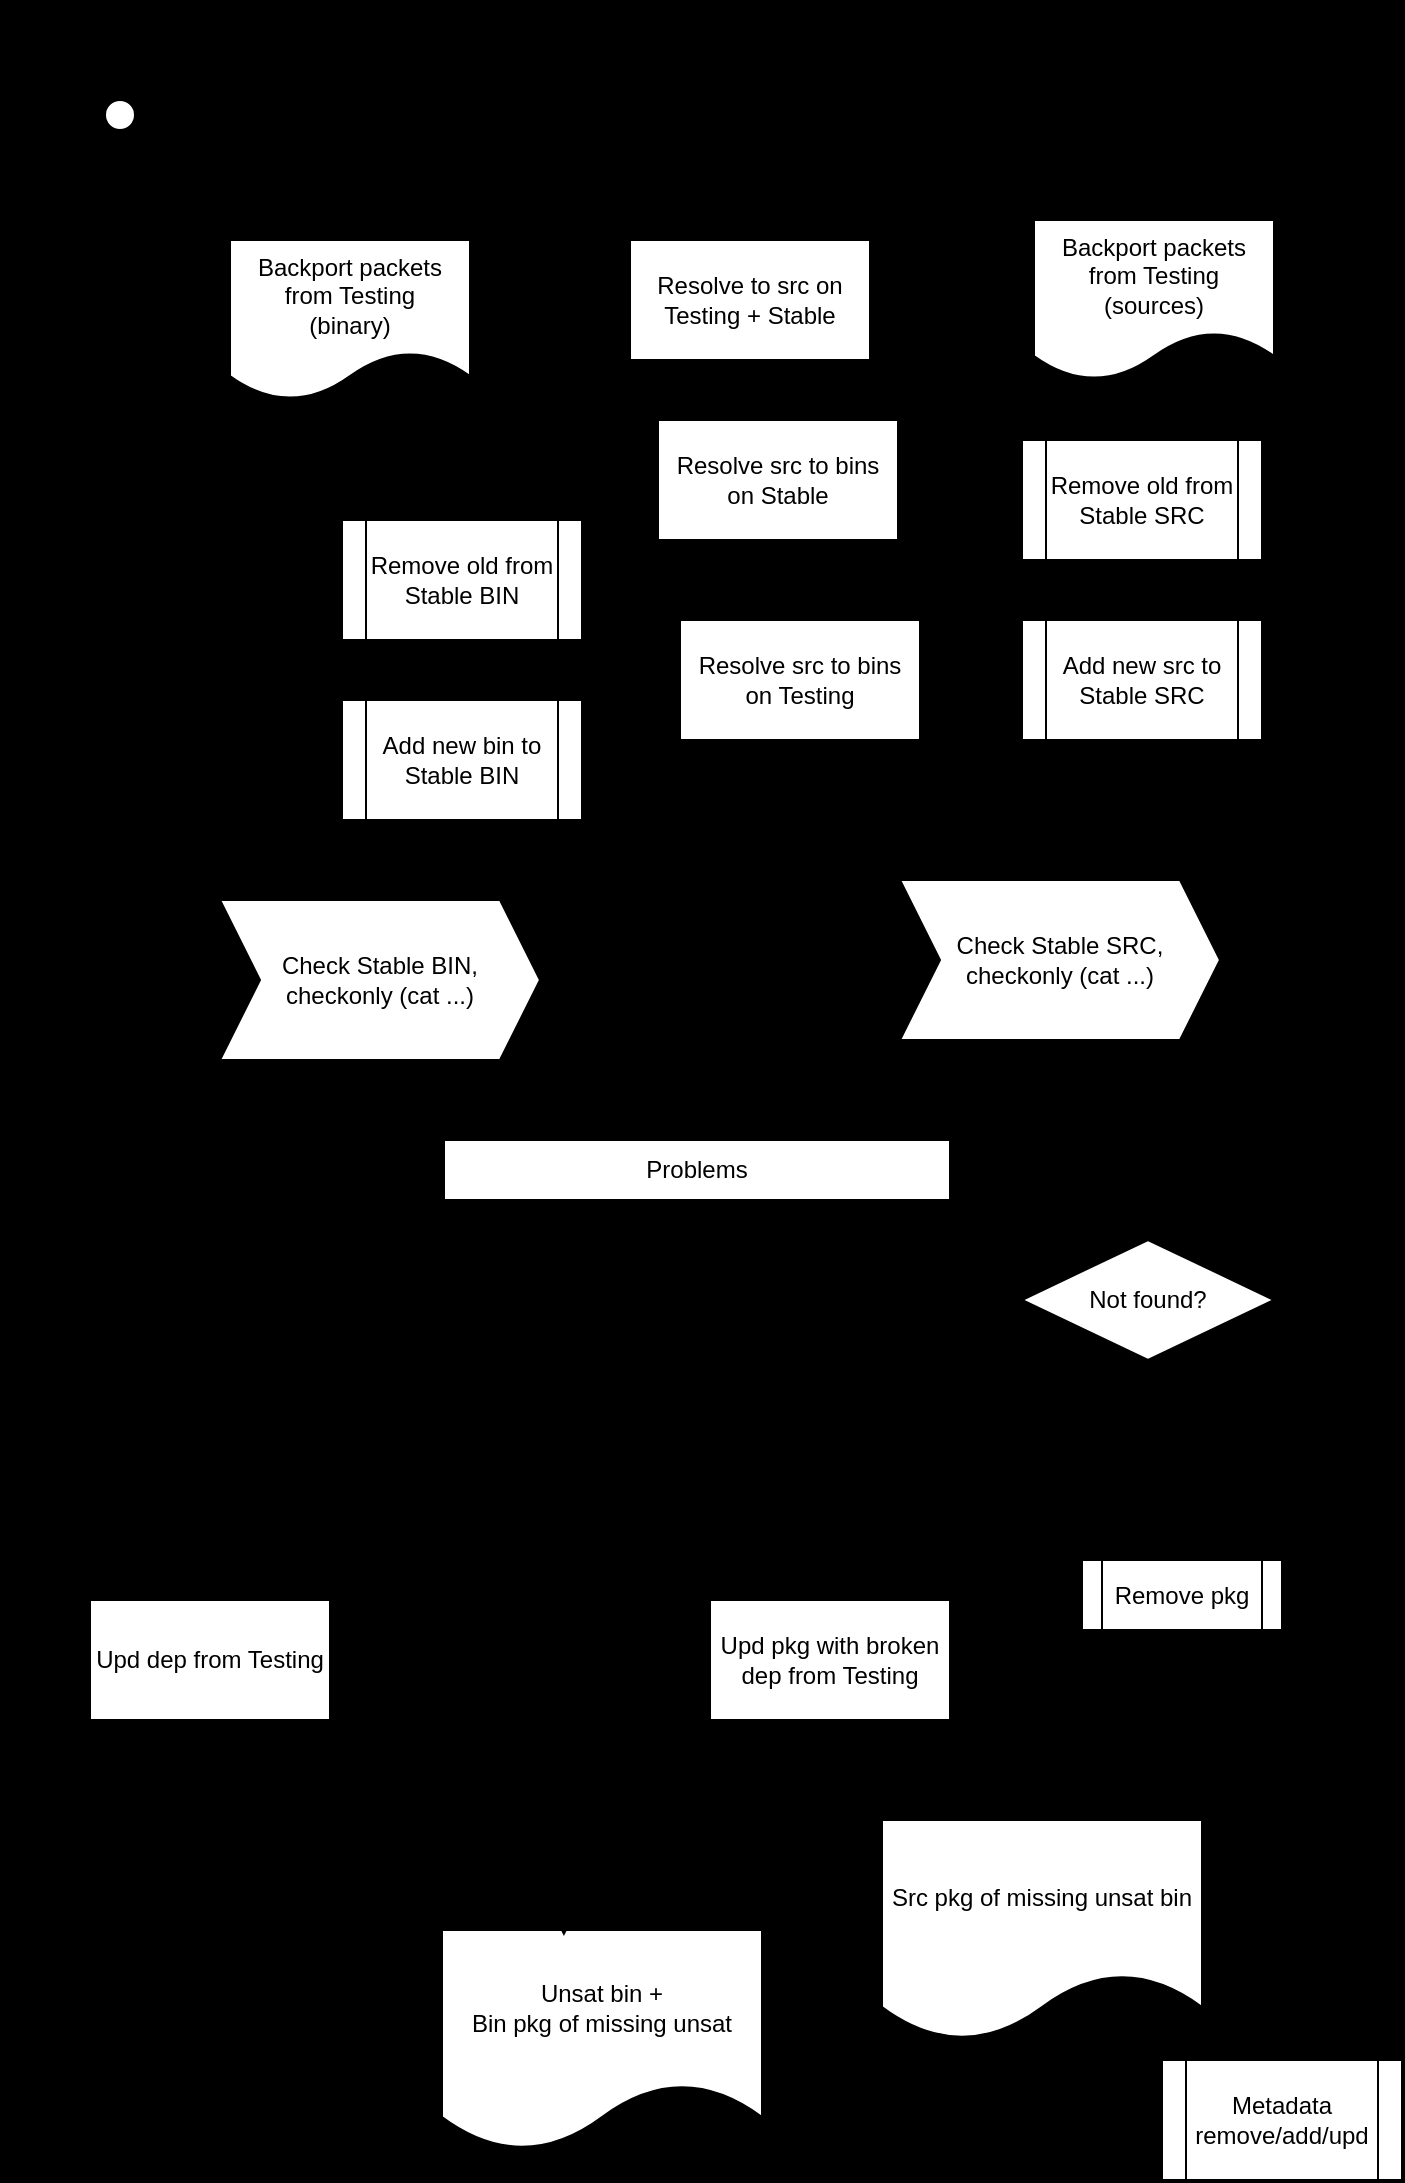
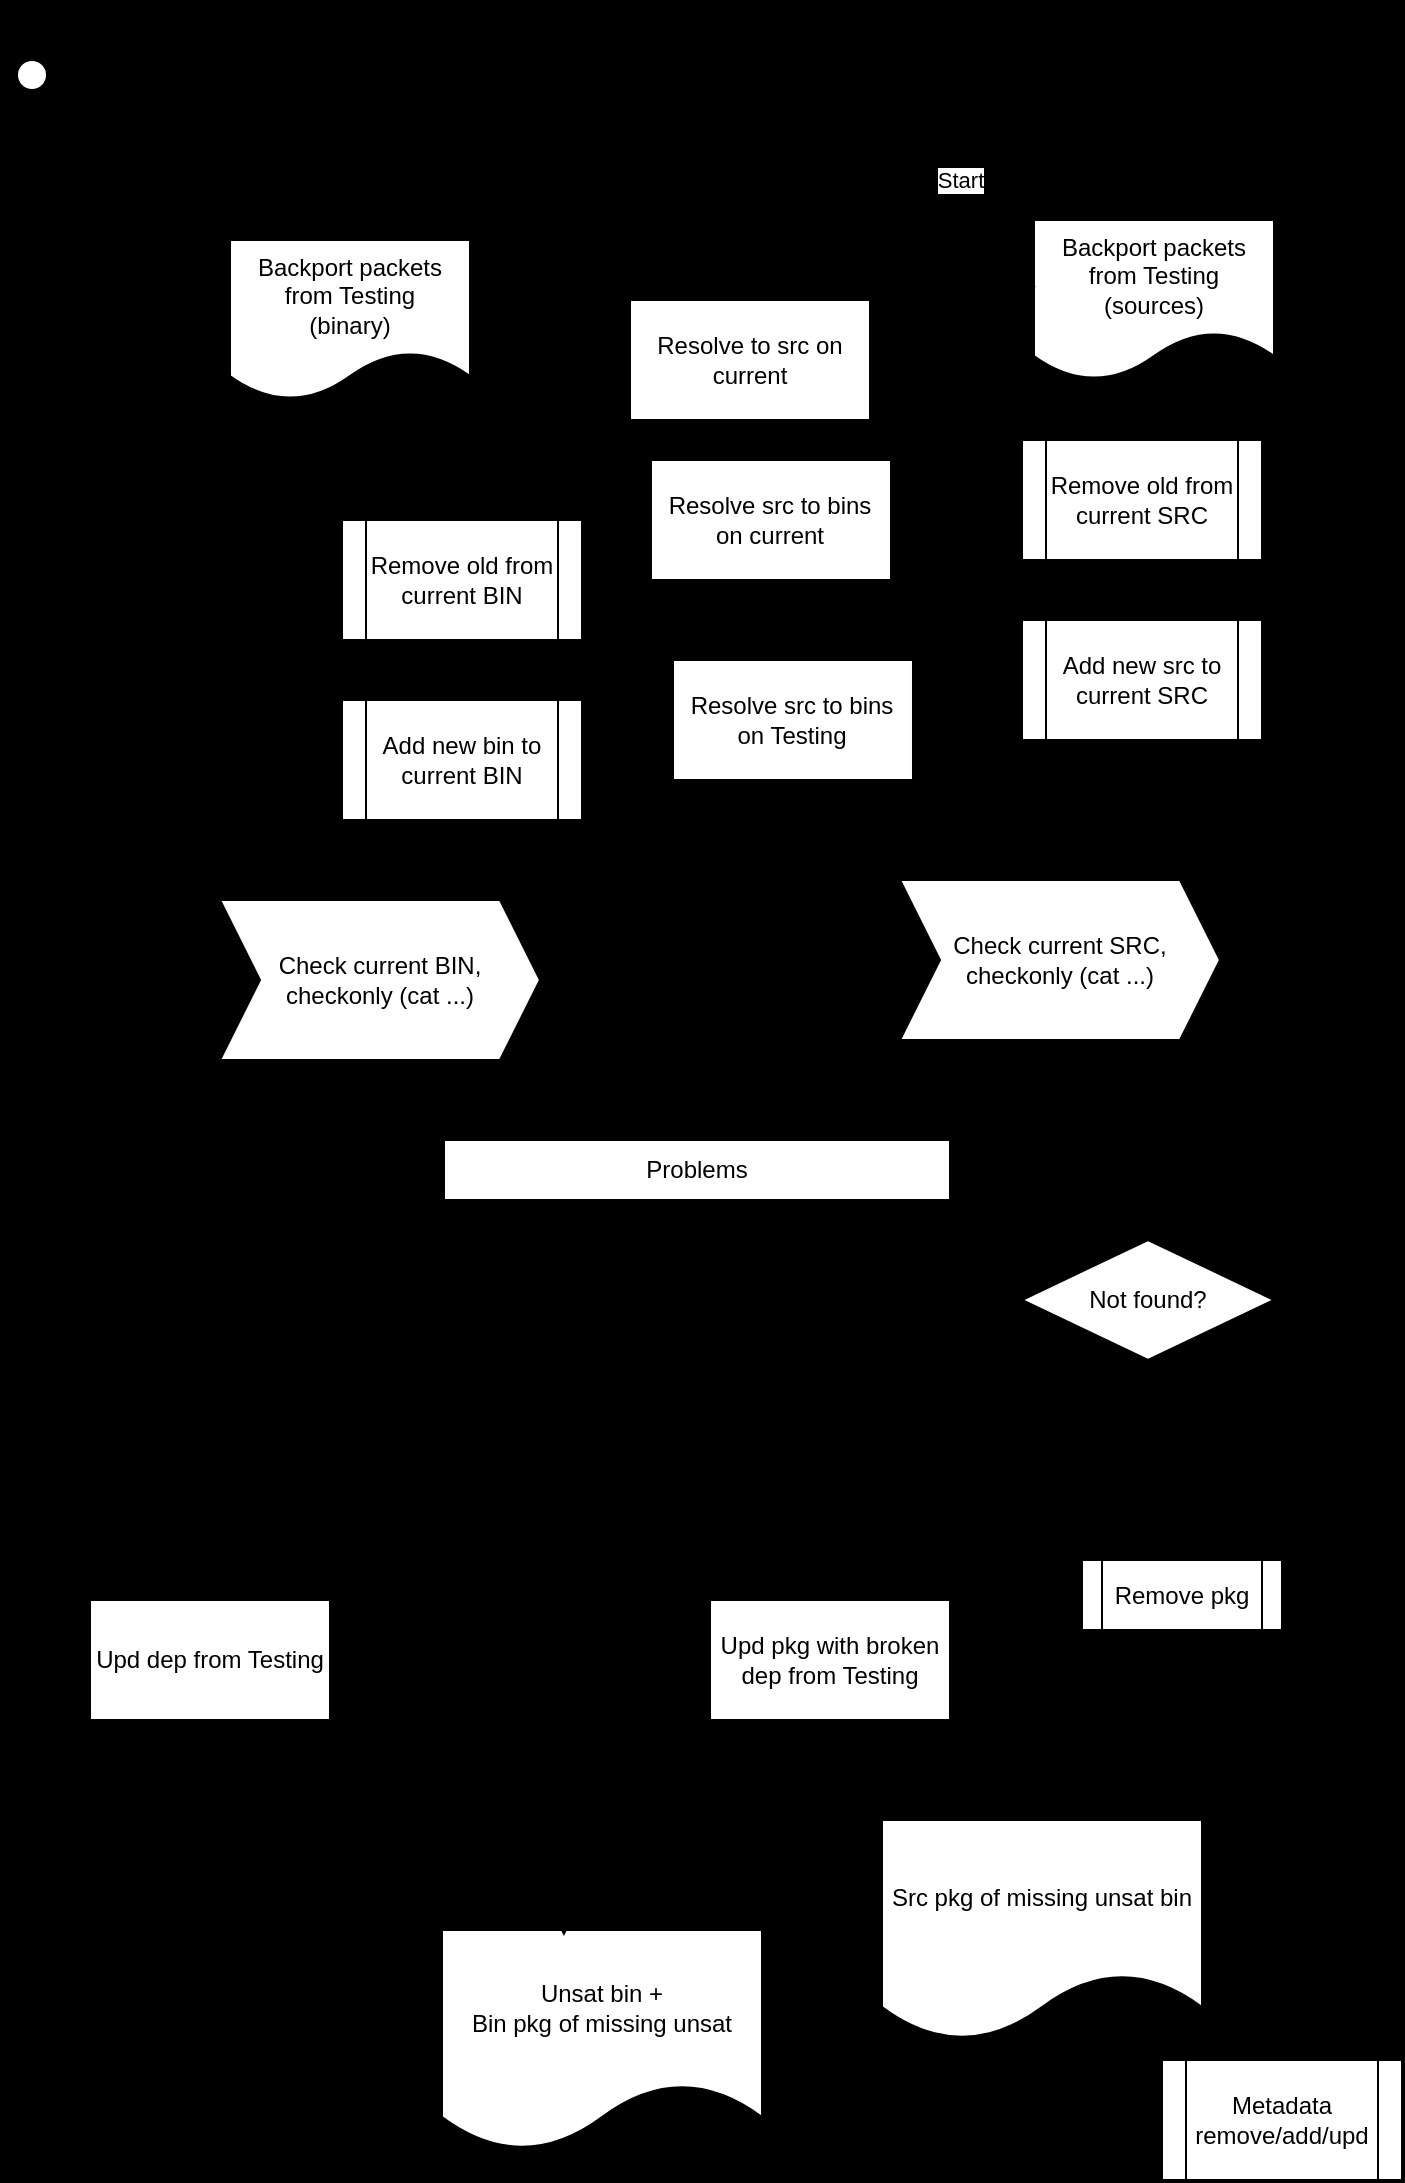
<mxfile host="Electron">
  <diagram id="C5RBs43oDa-KdzZeNtuy" name="Page-1">
    <mxGraphModel dx="911" dy="543" grid="1" gridSize="10" guides="1" tooltips="1" connect="1" arrows="1" fold="1" page="1" pageScale="1" pageWidth="827" pageHeight="1169" background="light-dark(#000000,#000000)" math="0" shadow="0">
      <root>
        <mxCell id="WIyWlLk6GJQsqaUBKTNV-0" />
        <mxCell id="WIyWlLk6GJQsqaUBKTNV-1" parent="WIyWlLk6GJQsqaUBKTNV-0" />
        <mxCell id="BYnsBLyXqSKAvp99Cp04-5" edge="1" parent="WIyWlLk6GJQsqaUBKTNV-1" source="BYnsBLyXqSKAvp99Cp04-3" style="edgeStyle=orthogonalEdgeStyle;rounded=0;orthogonalLoop=1;jettySize=auto;html=1;entryX=1;entryY=0.5;entryDx=0;entryDy=0;labelBackgroundColor=none;fontColor=default;" target="jdkO46tf3qpjO2ybV3Zm-16">
          <mxGeometry relative="1" as="geometry">
            <Array as="points">
              <mxPoint x="700" y="180" />
              <mxPoint x="700" y="370" />
            </Array>
          </mxGeometry>
        </mxCell>
        <mxCell id="BYnsBLyXqSKAvp99Cp04-6" edge="1" parent="WIyWlLk6GJQsqaUBKTNV-1" source="BYnsBLyXqSKAvp99Cp04-3" style="edgeStyle=orthogonalEdgeStyle;rounded=0;orthogonalLoop=1;jettySize=auto;html=1;entryX=0.5;entryY=0;entryDx=0;entryDy=0;labelBackgroundColor=none;fontColor=default;" target="jdkO46tf3qpjO2ybV3Zm-5">
          <mxGeometry relative="1" as="geometry" />
        </mxCell>
        <mxCell id="BYnsBLyXqSKAvp99Cp04-3" parent="WIyWlLk6GJQsqaUBKTNV-1" style="shape=document;whiteSpace=wrap;html=1;boundedLbl=1;labelBackgroundColor=none;" value="Backport packets from Testing&lt;br&gt;(sources)" vertex="1">
          <mxGeometry height="80" width="120" x="566" y="140" as="geometry" />
        </mxCell>
        <mxCell id="jdkO46tf3qpjO2ybV3Zm-0" parent="WIyWlLk6GJQsqaUBKTNV-1" style="shape=umlActor;verticalLabelPosition=bottom;verticalAlign=top;html=1;outlineConnect=0;labelBackgroundColor=none;" value="Actor" vertex="1">
-           <mxGeometry height="60" width="30" x="94" y="80" as="geometry" />
+           <mxGeometry height="60" width="30" x="50" y="60" as="geometry" />
        </mxCell>
        <mxCell id="jdkO46tf3qpjO2ybV3Zm-3" edge="1" parent="WIyWlLk6GJQsqaUBKTNV-1" source="jdkO46tf3qpjO2ybV3Zm-1" style="edgeStyle=orthogonalEdgeStyle;rounded=0;orthogonalLoop=1;jettySize=auto;html=1;entryX=0;entryY=0.5;entryDx=0;entryDy=0;labelBackgroundColor=none;fontColor=default;" target="jdkO46tf3qpjO2ybV3Zm-2">
          <mxGeometry relative="1" as="geometry" />
        </mxCell>
        <mxCell id="4IcmTThSWF4IWx9KLtXi-7" edge="1" parent="WIyWlLk6GJQsqaUBKTNV-1" source="jdkO46tf3qpjO2ybV3Zm-1" style="edgeStyle=orthogonalEdgeStyle;rounded=0;orthogonalLoop=1;jettySize=auto;html=1;entryX=0;entryY=0.5;entryDx=0;entryDy=0;labelBackgroundColor=none;fontColor=default;" target="jdkO46tf3qpjO2ybV3Zm-13">
          <mxGeometry relative="1" as="geometry">
            <Array as="points">
              <mxPoint x="170" y="305" />
              <mxPoint x="200" y="305" />
              <mxPoint x="200" y="410" />
            </Array>
          </mxGeometry>
        </mxCell>
        <mxCell id="jdkO46tf3qpjO2ybV3Zm-1" parent="WIyWlLk6GJQsqaUBKTNV-1" style="shape=document;whiteSpace=wrap;html=1;boundedLbl=1;labelBackgroundColor=none;" value="Backport packets from Testing&lt;br&gt;(binary)" vertex="1">
          <mxGeometry height="80" width="120" x="164" y="150" as="geometry" />
-         </mxCell>
-         <mxCell id="jdkO46tf3qpjO2ybV3Zm-6" edge="1" parent="WIyWlLk6GJQsqaUBKTNV-1" source="jdkO46tf3qpjO2ybV3Zm-2" style="edgeStyle=orthogonalEdgeStyle;rounded=0;orthogonalLoop=1;jettySize=auto;html=1;entryX=0;entryY=0.5;entryDx=0;entryDy=0;labelBackgroundColor=none;fontColor=default;" target="BYnsBLyXqSKAvp99Cp04-3">
-           <mxGeometry relative="1" as="geometry" />
        </mxCell>
        <mxCell id="K2joIcQUg46PM5A2mCq8-2" edge="1" parent="WIyWlLk6GJQsqaUBKTNV-1" source="jdkO46tf3qpjO2ybV3Zm-2" style="edgeStyle=orthogonalEdgeStyle;rounded=0;orthogonalLoop=1;jettySize=auto;html=1;exitX=1;exitY=1;exitDx=0;exitDy=0;entryX=1;entryY=0.5;entryDx=0;entryDy=0;dashed=1;labelBackgroundColor=none;fontColor=default;" target="K2joIcQUg46PM5A2mCq8-0">
          <mxGeometry relative="1" as="geometry">
            <Array as="points">
              <mxPoint x="520" y="210" />
              <mxPoint x="520" y="285" />
              <mxPoint x="523" y="285" />
              <mxPoint x="523" y="370" />
            </Array>
          </mxGeometry>
        </mxCell>
-         <mxCell id="jdkO46tf3qpjO2ybV3Zm-2" parent="WIyWlLk6GJQsqaUBKTNV-1" style="rounded=0;whiteSpace=wrap;html=1;labelBackgroundColor=none;" value="Resolve to src on Testing + Stable" vertex="1">
-           <mxGeometry height="60" width="120" x="364" y="150" as="geometry" />
+         <mxCell id="jdkO46tf3qpjO2ybV3Zm-2" parent="WIyWlLk6GJQsqaUBKTNV-1" style="rounded=0;whiteSpace=wrap;html=1;labelBackgroundColor=none;" value="Resolve to src on current" vertex="1">
+           <mxGeometry height="60" width="120" x="364" y="180" as="geometry" />
        </mxCell>
        <mxCell id="jdkO46tf3qpjO2ybV3Zm-17" edge="1" parent="WIyWlLk6GJQsqaUBKTNV-1" source="jdkO46tf3qpjO2ybV3Zm-5" style="edgeStyle=orthogonalEdgeStyle;rounded=0;orthogonalLoop=1;jettySize=auto;html=1;entryX=0.5;entryY=0;entryDx=0;entryDy=0;labelBackgroundColor=none;fontColor=default;" target="jdkO46tf3qpjO2ybV3Zm-16">
          <mxGeometry relative="1" as="geometry" />
        </mxCell>
-         <mxCell id="jdkO46tf3qpjO2ybV3Zm-5" parent="WIyWlLk6GJQsqaUBKTNV-1" style="shape=process;whiteSpace=wrap;html=1;backgroundOutline=1;labelBackgroundColor=none;" value="Remove old from Stable SRC" vertex="1">
+         <mxCell id="jdkO46tf3qpjO2ybV3Zm-5" parent="WIyWlLk6GJQsqaUBKTNV-1" style="shape=process;whiteSpace=wrap;html=1;backgroundOutline=1;labelBackgroundColor=none;" value="Remove old from current SRC" vertex="1">
          <mxGeometry height="60" width="120" x="560" y="250" as="geometry" />
        </mxCell>
        <mxCell id="jdkO46tf3qpjO2ybV3Zm-10" edge="1" parent="WIyWlLk6GJQsqaUBKTNV-1" source="jdkO46tf3qpjO2ybV3Zm-7" style="edgeStyle=orthogonalEdgeStyle;rounded=0;orthogonalLoop=1;jettySize=auto;html=1;entryX=0.5;entryY=0;entryDx=0;entryDy=0;exitX=0.5;exitY=1;exitDx=0;exitDy=0;labelBackgroundColor=none;fontColor=default;" target="jdkO46tf3qpjO2ybV3Zm-9">
          <mxGeometry relative="1" as="geometry" />
        </mxCell>
-         <mxCell id="jdkO46tf3qpjO2ybV3Zm-7" parent="WIyWlLk6GJQsqaUBKTNV-1" style="rounded=0;whiteSpace=wrap;html=1;labelBackgroundColor=none;" value="Resolve src to bins on Stable" vertex="1">
-           <mxGeometry height="60" width="120" x="378" y="240" as="geometry" />
+         <mxCell id="jdkO46tf3qpjO2ybV3Zm-7" parent="WIyWlLk6GJQsqaUBKTNV-1" style="rounded=0;whiteSpace=wrap;html=1;labelBackgroundColor=none;" value="Resolve src to bins on current" vertex="1">
+           <mxGeometry height="60" width="120" x="374.49" y="260" as="geometry" />
        </mxCell>
        <mxCell id="jdkO46tf3qpjO2ybV3Zm-8" edge="1" parent="WIyWlLk6GJQsqaUBKTNV-1" source="jdkO46tf3qpjO2ybV3Zm-2" style="edgeStyle=orthogonalEdgeStyle;rounded=0;orthogonalLoop=1;jettySize=auto;html=1;exitX=0.75;exitY=1;exitDx=0;exitDy=0;entryX=0.582;entryY=0;entryDx=0;entryDy=0;entryPerimeter=0;labelBackgroundColor=none;fontColor=default;" target="jdkO46tf3qpjO2ybV3Zm-7">
          <mxGeometry relative="1" as="geometry" />
        </mxCell>
        <mxCell id="jdkO46tf3qpjO2ybV3Zm-14" edge="1" parent="WIyWlLk6GJQsqaUBKTNV-1" source="jdkO46tf3qpjO2ybV3Zm-9" style="edgeStyle=orthogonalEdgeStyle;rounded=0;orthogonalLoop=1;jettySize=auto;html=1;entryX=0.5;entryY=0;entryDx=0;entryDy=0;labelBackgroundColor=none;fontColor=default;" target="jdkO46tf3qpjO2ybV3Zm-13">
          <mxGeometry relative="1" as="geometry" />
        </mxCell>
-         <mxCell id="jdkO46tf3qpjO2ybV3Zm-9" parent="WIyWlLk6GJQsqaUBKTNV-1" style="shape=process;whiteSpace=wrap;html=1;backgroundOutline=1;labelBackgroundColor=none;" value="Remove old from Stable BIN" vertex="1">
+         <mxCell id="jdkO46tf3qpjO2ybV3Zm-9" parent="WIyWlLk6GJQsqaUBKTNV-1" style="shape=process;whiteSpace=wrap;html=1;backgroundOutline=1;labelBackgroundColor=none;" value="Remove old from current BIN" vertex="1">
          <mxGeometry height="60" width="120" x="220" y="290" as="geometry" />
        </mxCell>
        <mxCell id="jdkO46tf3qpjO2ybV3Zm-49" edge="1" parent="WIyWlLk6GJQsqaUBKTNV-1" source="jdkO46tf3qpjO2ybV3Zm-11" style="edgeStyle=orthogonalEdgeStyle;rounded=0;orthogonalLoop=1;jettySize=auto;html=1;entryX=0.575;entryY=-0.027;entryDx=0;entryDy=0;entryPerimeter=0;labelBackgroundColor=none;fontColor=default;" target="jdkO46tf3qpjO2ybV3Zm-28">
          <mxGeometry relative="1" as="geometry">
            <mxPoint x="579" y="580" as="targetPoint" />
          </mxGeometry>
        </mxCell>
-         <mxCell id="jdkO46tf3qpjO2ybV3Zm-11" parent="WIyWlLk6GJQsqaUBKTNV-1" style="shape=step;perimeter=stepPerimeter;whiteSpace=wrap;html=1;fixedSize=1;labelBackgroundColor=none;" value="Check Stable SRC,&lt;br&gt;checkonly (cat ...)" vertex="1">
+         <mxCell id="jdkO46tf3qpjO2ybV3Zm-11" parent="WIyWlLk6GJQsqaUBKTNV-1" style="shape=step;perimeter=stepPerimeter;whiteSpace=wrap;html=1;fixedSize=1;labelBackgroundColor=none;" value="Check current SRC,&lt;br&gt;checkonly (cat ...)" vertex="1">
          <mxGeometry height="80" width="160" x="499" y="470" as="geometry" />
        </mxCell>
        <mxCell id="jdkO46tf3qpjO2ybV3Zm-36" edge="1" parent="WIyWlLk6GJQsqaUBKTNV-1" source="jdkO46tf3qpjO2ybV3Zm-12" style="edgeStyle=orthogonalEdgeStyle;rounded=0;orthogonalLoop=1;jettySize=auto;html=1;entryX=0.25;entryY=0;entryDx=0;entryDy=0;labelBackgroundColor=none;fontColor=default;" target="jdkO46tf3qpjO2ybV3Zm-28">
          <mxGeometry relative="1" as="geometry" />
        </mxCell>
-         <mxCell id="jdkO46tf3qpjO2ybV3Zm-12" parent="WIyWlLk6GJQsqaUBKTNV-1" style="shape=step;perimeter=stepPerimeter;whiteSpace=wrap;html=1;fixedSize=1;labelBackgroundColor=none;" value="Check Stable BIN,&lt;br&gt;checkonly (cat ...)" vertex="1">
+         <mxCell id="jdkO46tf3qpjO2ybV3Zm-12" parent="WIyWlLk6GJQsqaUBKTNV-1" style="shape=step;perimeter=stepPerimeter;whiteSpace=wrap;html=1;fixedSize=1;labelBackgroundColor=none;" value="Check current BIN,&lt;br&gt;checkonly (cat ...)" vertex="1">
          <mxGeometry height="80" width="160" x="159" y="480" as="geometry" />
        </mxCell>
        <mxCell id="jdkO46tf3qpjO2ybV3Zm-19" edge="1" parent="WIyWlLk6GJQsqaUBKTNV-1" source="jdkO46tf3qpjO2ybV3Zm-13" style="edgeStyle=orthogonalEdgeStyle;rounded=0;orthogonalLoop=1;jettySize=auto;html=1;entryX=0.5;entryY=0;entryDx=0;entryDy=0;labelBackgroundColor=none;fontColor=default;" target="jdkO46tf3qpjO2ybV3Zm-12">
          <mxGeometry relative="1" as="geometry" />
        </mxCell>
-         <mxCell id="jdkO46tf3qpjO2ybV3Zm-13" parent="WIyWlLk6GJQsqaUBKTNV-1" style="shape=process;whiteSpace=wrap;html=1;backgroundOutline=1;labelBackgroundColor=none;" value="Add new bin to Stable BIN" vertex="1">
+         <mxCell id="jdkO46tf3qpjO2ybV3Zm-13" parent="WIyWlLk6GJQsqaUBKTNV-1" style="shape=process;whiteSpace=wrap;html=1;backgroundOutline=1;labelBackgroundColor=none;" value="Add new bin to current BIN" vertex="1">
          <mxGeometry height="60" width="120" x="220" y="380" as="geometry" />
        </mxCell>
        <mxCell id="jdkO46tf3qpjO2ybV3Zm-20" edge="1" parent="WIyWlLk6GJQsqaUBKTNV-1" source="jdkO46tf3qpjO2ybV3Zm-16" style="edgeStyle=orthogonalEdgeStyle;rounded=0;orthogonalLoop=1;jettySize=auto;html=1;labelBackgroundColor=none;fontColor=default;" target="jdkO46tf3qpjO2ybV3Zm-11">
          <mxGeometry relative="1" as="geometry" />
        </mxCell>
-         <mxCell id="jdkO46tf3qpjO2ybV3Zm-16" parent="WIyWlLk6GJQsqaUBKTNV-1" style="shape=process;whiteSpace=wrap;html=1;backgroundOutline=1;labelBackgroundColor=none;" value="Add new src to Stable SRC" vertex="1">
+         <mxCell id="jdkO46tf3qpjO2ybV3Zm-16" parent="WIyWlLk6GJQsqaUBKTNV-1" style="shape=process;whiteSpace=wrap;html=1;backgroundOutline=1;labelBackgroundColor=none;" value="Add new src to current SRC" vertex="1">
          <mxGeometry height="60" width="120" x="560" y="340" as="geometry" />
        </mxCell>
        <mxCell id="jdkO46tf3qpjO2ybV3Zm-28" parent="WIyWlLk6GJQsqaUBKTNV-1" style="swimlane;fontStyle=0;childLayout=stackLayout;horizontal=1;startSize=30;horizontalStack=0;resizeParent=1;resizeParentMax=0;resizeLast=0;collapsible=1;marginBottom=0;whiteSpace=wrap;html=1;labelBackgroundColor=none;" value="Problems" vertex="1">
          <mxGeometry height="120" width="253" x="271" y="600" as="geometry">
            <mxRectangle height="30" width="90" x="500" y="830" as="alternateBounds" />
          </mxGeometry>
        </mxCell>
        <mxCell id="jdkO46tf3qpjO2ybV3Zm-29" parent="jdkO46tf3qpjO2ybV3Zm-28" style="text;fillColor=none;align=left;verticalAlign=middle;spacingLeft=4;spacingRight=4;overflow=hidden;points=[[0,0.5],[1,0.5]];portConstraint=eastwest;rotatable=0;whiteSpace=wrap;html=1;labelBackgroundColor=none;" value="Testing pkg requires a new dep" vertex="1">
          <mxGeometry height="30" width="253" y="30" as="geometry" />
        </mxCell>
        <mxCell id="jdkO46tf3qpjO2ybV3Zm-30" parent="jdkO46tf3qpjO2ybV3Zm-28" style="text;fillColor=none;align=left;verticalAlign=middle;spacingLeft=4;spacingRight=4;overflow=hidden;points=[[0,0.5],[1,0.5]];portConstraint=eastwest;rotatable=0;whiteSpace=wrap;html=1;labelBackgroundColor=none;" value="Stable pkg requires dep&amp;nbsp; (&amp;lt;= version)" vertex="1">
          <mxGeometry height="30" width="253" y="60" as="geometry" />
        </mxCell>
        <mxCell id="BYnsBLyXqSKAvp99Cp04-0" parent="jdkO46tf3qpjO2ybV3Zm-28" style="text;fillColor=none;align=left;verticalAlign=middle;spacingLeft=4;spacingRight=4;overflow=hidden;points=[[0,0.5],[1,0.5]];portConstraint=eastwest;rotatable=0;whiteSpace=wrap;html=1;labelBackgroundColor=none;" value="Pkg dependent on ABI deps" vertex="1">
          <mxGeometry height="30" width="253" y="90" as="geometry" />
        </mxCell>
        <mxCell id="jdkO46tf3qpjO2ybV3Zm-53" edge="1" parent="WIyWlLk6GJQsqaUBKTNV-1" source="jdkO46tf3qpjO2ybV3Zm-33" style="edgeStyle=orthogonalEdgeStyle;rounded=0;orthogonalLoop=1;jettySize=auto;html=1;entryX=0.25;entryY=0;entryDx=0;entryDy=0;labelBackgroundColor=none;fontColor=default;" target="jdkO46tf3qpjO2ybV3Zm-35">
          <mxGeometry relative="1" as="geometry" />
        </mxCell>
        <mxCell id="jdkO46tf3qpjO2ybV3Zm-33" parent="WIyWlLk6GJQsqaUBKTNV-1" style="rounded=0;whiteSpace=wrap;html=1;labelBackgroundColor=none;" value="Upd dep from Testing" vertex="1">
          <mxGeometry height="60" width="120" x="94" y="830" as="geometry" />
        </mxCell>
        <mxCell id="jdkO46tf3qpjO2ybV3Zm-54" edge="1" parent="WIyWlLk6GJQsqaUBKTNV-1" source="jdkO46tf3qpjO2ybV3Zm-34" style="edgeStyle=orthogonalEdgeStyle;rounded=0;orthogonalLoop=1;jettySize=auto;html=1;entryX=0.5;entryY=0;entryDx=0;entryDy=0;labelBackgroundColor=none;fontColor=default;" target="jdkO46tf3qpjO2ybV3Zm-35">
          <mxGeometry relative="1" as="geometry" />
        </mxCell>
        <mxCell id="jdkO46tf3qpjO2ybV3Zm-34" parent="WIyWlLk6GJQsqaUBKTNV-1" style="rounded=0;whiteSpace=wrap;html=1;labelBackgroundColor=none;" value="Upd pkg with broken dep from Testing" vertex="1">
          <mxGeometry height="60" width="120" x="404" y="830" as="geometry" />
        </mxCell>
        <mxCell id="jdkO46tf3qpjO2ybV3Zm-52" edge="1" parent="WIyWlLk6GJQsqaUBKTNV-1" source="jdkO46tf3qpjO2ybV3Zm-35" style="edgeStyle=orthogonalEdgeStyle;rounded=0;orthogonalLoop=1;jettySize=auto;html=1;curved=1;entryX=0;entryY=0.5;entryDx=0;entryDy=0;exitX=0;exitY=0.25;exitDx=0;exitDy=0;labelBackgroundColor=none;fontColor=default;" target="jdkO46tf3qpjO2ybV3Zm-1">
          <mxGeometry relative="1" as="geometry">
            <Array as="points">
              <mxPoint x="50" y="1038" />
              <mxPoint x="50" y="190" />
            </Array>
            <mxPoint x="70" y="190" as="targetPoint" />
          </mxGeometry>
        </mxCell>
        <mxCell id="jdkO46tf3qpjO2ybV3Zm-35" parent="WIyWlLk6GJQsqaUBKTNV-1" style="shape=document;whiteSpace=wrap;html=1;boundedLbl=1;labelBackgroundColor=none;" value="Unsat bin +&lt;br&gt;Bin pkg of missing unsat" vertex="1">
          <mxGeometry height="110" width="160" x="270" y="995" as="geometry" />
        </mxCell>
        <mxCell id="jdkO46tf3qpjO2ybV3Zm-37" parent="WIyWlLk6GJQsqaUBKTNV-1" style="text;html=1;whiteSpace=wrap;overflow=hidden;rounded=0;labelBackgroundColor=none;" value="&lt;h1 style=&quot;margin-top: 0px;&quot;&gt;Testing to Stable backport process&lt;/h1&gt;&lt;p&gt;Pre-dose (wanna-debian) is a small set of Python and Bash scripts designed for analyzing and backporting Debian packages from&amp;nbsp;&lt;span style=&quot;background-color: transparent; color: light-dark(rgb(0, 0, 0), rgb(255, 255, 255));&quot;&gt;newer releases (e.g., Sid) to older stable versions (e.g., Trixie or Bookworm).&lt;/span&gt;&lt;/p&gt;" vertex="1">
          <mxGeometry height="120" width="500" x="174" y="30" as="geometry" />
        </mxCell>
        <mxCell id="jdkO46tf3qpjO2ybV3Zm-44" edge="1" parent="WIyWlLk6GJQsqaUBKTNV-1" source="jdkO46tf3qpjO2ybV3Zm-30" style="edgeStyle=orthogonalEdgeStyle;rounded=0;orthogonalLoop=1;jettySize=auto;html=1;entryX=0.5;entryY=0;entryDx=0;entryDy=0;labelBackgroundColor=none;fontColor=default;" target="4IcmTThSWF4IWx9KLtXi-3">
          <mxGeometry relative="1" as="geometry">
            <mxPoint x="500" y="750" as="targetPoint" />
          </mxGeometry>
        </mxCell>
        <mxCell id="jdkO46tf3qpjO2ybV3Zm-61" parent="WIyWlLk6GJQsqaUBKTNV-1" style="shape=process;whiteSpace=wrap;html=1;backgroundOutline=1;labelBackgroundColor=none;" value="Remove pkg" vertex="1">
          <mxGeometry height="35" width="100" x="590" y="810" as="geometry" />
        </mxCell>
        <mxCell id="4IcmTThSWF4IWx9KLtXi-4" edge="1" parent="WIyWlLk6GJQsqaUBKTNV-1" source="4IcmTThSWF4IWx9KLtXi-3" style="edgeStyle=orthogonalEdgeStyle;rounded=0;orthogonalLoop=1;jettySize=auto;html=1;exitX=1;exitY=0.5;exitDx=0;exitDy=0;entryX=0.5;entryY=0;entryDx=0;entryDy=0;labelBackgroundColor=none;fontColor=default;" target="jdkO46tf3qpjO2ybV3Zm-61">
          <mxGeometry relative="1" as="geometry" />
        </mxCell>
        <mxCell id="4IcmTThSWF4IWx9KLtXi-5" connectable="0" parent="4IcmTThSWF4IWx9KLtXi-4" style="edgeLabel;html=1;align=center;verticalAlign=middle;resizable=0;points=[];labelBackgroundColor=none;" value="No" vertex="1">
          <mxGeometry relative="1" x="-0.3169" y="1" as="geometry">
            <mxPoint as="offset" />
          </mxGeometry>
        </mxCell>
        <mxCell id="4IcmTThSWF4IWx9KLtXi-6" edge="1" parent="WIyWlLk6GJQsqaUBKTNV-1" source="4IcmTThSWF4IWx9KLtXi-3" style="edgeStyle=orthogonalEdgeStyle;rounded=0;orthogonalLoop=1;jettySize=auto;html=1;exitX=0.5;exitY=1;exitDx=0;exitDy=0;entryX=0.5;entryY=0;entryDx=0;entryDy=0;labelBackgroundColor=none;fontColor=default;" target="jdkO46tf3qpjO2ybV3Zm-34">
          <mxGeometry relative="1" as="geometry" />
        </mxCell>
        <mxCell id="4IcmTThSWF4IWx9KLtXi-3" parent="WIyWlLk6GJQsqaUBKTNV-1" style="rhombus;whiteSpace=wrap;html=1;labelBackgroundColor=none;" value="Not found?" vertex="1">
          <mxGeometry height="60" width="126" x="560" y="650" as="geometry" />
        </mxCell>
        <mxCell id="4IcmTThSWF4IWx9KLtXi-9" parent="WIyWlLk6GJQsqaUBKTNV-1" style="shape=process;whiteSpace=wrap;html=1;backgroundOutline=1;labelBackgroundColor=none;" value="Metadata remove/add/upd" vertex="1">
          <mxGeometry height="60" width="120" x="630" y="1060" as="geometry" />
        </mxCell>
        <mxCell id="K2joIcQUg46PM5A2mCq8-1" edge="1" parent="WIyWlLk6GJQsqaUBKTNV-1" source="K2joIcQUg46PM5A2mCq8-0" style="edgeStyle=orthogonalEdgeStyle;rounded=0;orthogonalLoop=1;jettySize=auto;html=1;entryX=1;entryY=0.5;entryDx=0;entryDy=0;dashed=1;labelBackgroundColor=none;fontColor=default;" target="jdkO46tf3qpjO2ybV3Zm-13">
          <mxGeometry relative="1" as="geometry" />
        </mxCell>
        <mxCell id="UBrdKMySqU7-3HxLgvty-1" connectable="0" parent="K2joIcQUg46PM5A2mCq8-1" style="edgeLabel;html=1;align=center;verticalAlign=middle;resizable=0;points=[];labelBackgroundColor=none;" value="All bin" vertex="1">
          <mxGeometry relative="1" x="-0.0159" y="3" as="geometry">
            <mxPoint as="offset" />
          </mxGeometry>
        </mxCell>
        <mxCell id="K2joIcQUg46PM5A2mCq8-0" parent="WIyWlLk6GJQsqaUBKTNV-1" style="rounded=0;whiteSpace=wrap;html=1;labelBackgroundColor=none;" value="Resolve src to bins on Testing" vertex="1">
-           <mxGeometry height="60" width="120" x="389" y="340" as="geometry" />
+           <mxGeometry height="60" width="120" x="385.49" y="360" as="geometry" />
        </mxCell>
        <mxCell id="cQBACjruvvWsz2pfgvWL-0" edge="1" parent="WIyWlLk6GJQsqaUBKTNV-1" source="jdkO46tf3qpjO2ybV3Zm-1" style="edgeStyle=orthogonalEdgeStyle;rounded=0;orthogonalLoop=1;jettySize=auto;html=1;entryX=0;entryY=0.667;entryDx=0;entryDy=0;entryPerimeter=0;labelBackgroundColor=none;fontColor=default;" target="jdkO46tf3qpjO2ybV3Zm-9">
          <mxGeometry relative="1" as="geometry">
            <Array as="points">
              <mxPoint x="224" y="260" />
              <mxPoint x="210" y="260" />
              <mxPoint x="210" y="330" />
            </Array>
          </mxGeometry>
        </mxCell>
        <mxCell id="agVh6EhSCwiN8bkbG3hr-0" edge="1" parent="WIyWlLk6GJQsqaUBKTNV-1" source="jdkO46tf3qpjO2ybV3Zm-29" style="edgeStyle=orthogonalEdgeStyle;rounded=0;orthogonalLoop=1;jettySize=auto;html=1;entryX=0.5;entryY=0;entryDx=0;entryDy=0;labelBackgroundColor=none;fontColor=default;" target="jdkO46tf3qpjO2ybV3Zm-33">
          <mxGeometry relative="1" as="geometry" />
        </mxCell>
        <mxCell id="BYnsBLyXqSKAvp99Cp04-2" edge="1" parent="WIyWlLk6GJQsqaUBKTNV-1" source="BYnsBLyXqSKAvp99Cp04-0" style="edgeStyle=orthogonalEdgeStyle;rounded=0;orthogonalLoop=1;jettySize=auto;html=1;entryX=0.381;entryY=0.027;entryDx=0;entryDy=0;entryPerimeter=0;labelBackgroundColor=none;fontColor=default;" target="jdkO46tf3qpjO2ybV3Zm-35">
          <mxGeometry relative="1" as="geometry">
            <Array as="points">
              <mxPoint x="251" y="705" />
              <mxPoint x="251" y="830" />
              <mxPoint x="331" y="830" />
            </Array>
            <mxPoint x="240" y="777.5" as="targetPoint" />
          </mxGeometry>
        </mxCell>
        <mxCell id="BYnsBLyXqSKAvp99Cp04-10" connectable="0" parent="BYnsBLyXqSKAvp99Cp04-2" style="edgeLabel;html=1;align=center;verticalAlign=middle;resizable=0;points=[];labelBackgroundColor=none;" value="update bin" vertex="1">
          <mxGeometry relative="1" x="-0.4084" y="-2" as="geometry">
            <mxPoint as="offset" />
          </mxGeometry>
        </mxCell>
        <mxCell id="BYnsBLyXqSKAvp99Cp04-12" edge="1" parent="WIyWlLk6GJQsqaUBKTNV-1" source="BYnsBLyXqSKAvp99Cp04-7" style="edgeStyle=orthogonalEdgeStyle;rounded=0;orthogonalLoop=1;jettySize=auto;html=1;entryX=1;entryY=0.25;entryDx=0;entryDy=0;curved=1;exitX=1;exitY=0.25;exitDx=0;exitDy=0;labelBackgroundColor=none;fontColor=default;" target="BYnsBLyXqSKAvp99Cp04-3">
          <mxGeometry relative="1" as="geometry">
            <Array as="points">
              <mxPoint x="750" y="968" />
              <mxPoint x="750" y="160" />
            </Array>
          </mxGeometry>
        </mxCell>
        <mxCell id="BYnsBLyXqSKAvp99Cp04-7" parent="WIyWlLk6GJQsqaUBKTNV-1" style="shape=document;whiteSpace=wrap;html=1;boundedLbl=1;labelBackgroundColor=none;" value="Src pkg of missing unsat bin" vertex="1">
          <mxGeometry height="110" width="160" x="490" y="940" as="geometry" />
        </mxCell>
        <mxCell id="BYnsBLyXqSKAvp99Cp04-8" edge="1" parent="WIyWlLk6GJQsqaUBKTNV-1" source="BYnsBLyXqSKAvp99Cp04-0" style="edgeStyle=orthogonalEdgeStyle;rounded=0;orthogonalLoop=1;jettySize=auto;html=1;exitX=1;exitY=0.5;exitDx=0;exitDy=0;entryX=0.5;entryY=0;entryDx=0;entryDy=0;labelBackgroundColor=none;fontColor=default;" target="BYnsBLyXqSKAvp99Cp04-7">
          <mxGeometry relative="1" as="geometry" />
        </mxCell>
        <mxCell id="BYnsBLyXqSKAvp99Cp04-9" connectable="0" parent="BYnsBLyXqSKAvp99Cp04-8" style="edgeLabel;html=1;align=center;verticalAlign=middle;resizable=0;points=[];labelBackgroundColor=none;" value="update src" vertex="1">
          <mxGeometry relative="1" x="0.6146" y="-1" as="geometry">
+             <mxPoint as="offset" />
+           </mxGeometry>
+         </mxCell>
+         <mxCell id="6-P6QW3yzLwl90LSrPGA-1" edge="1" parent="WIyWlLk6GJQsqaUBKTNV-1" source="jdkO46tf3qpjO2ybV3Zm-2" style="edgeStyle=orthogonalEdgeStyle;rounded=0;orthogonalLoop=1;jettySize=auto;html=1;entryX=0.008;entryY=0.417;entryDx=0;entryDy=0;entryPerimeter=0;" target="BYnsBLyXqSKAvp99Cp04-3">
+           <mxGeometry relative="1" as="geometry" />
+         </mxCell>
+         <mxCell id="6-P6QW3yzLwl90LSrPGA-2" edge="1" parent="WIyWlLk6GJQsqaUBKTNV-1" source="jdkO46tf3qpjO2ybV3Zm-1" style="edgeStyle=orthogonalEdgeStyle;rounded=0;orthogonalLoop=1;jettySize=auto;html=1;exitX=1;exitY=0.25;exitDx=0;exitDy=0;entryX=0.75;entryY=0;entryDx=0;entryDy=0;" target="BYnsBLyXqSKAvp99Cp04-3">
+           <mxGeometry relative="1" as="geometry" />
+         </mxCell>
+         <mxCell id="6-P6QW3yzLwl90LSrPGA-3" connectable="0" parent="6-P6QW3yzLwl90LSrPGA-2" style="edgeLabel;html=1;align=center;verticalAlign=middle;resizable=0;points=[];" value="Start" vertex="1">
+           <mxGeometry relative="1" x="0.3353" as="geometry">
            <mxPoint as="offset" />
          </mxGeometry>
        </mxCell>
      </root>
    </mxGraphModel>
  </diagram>
</mxfile>
